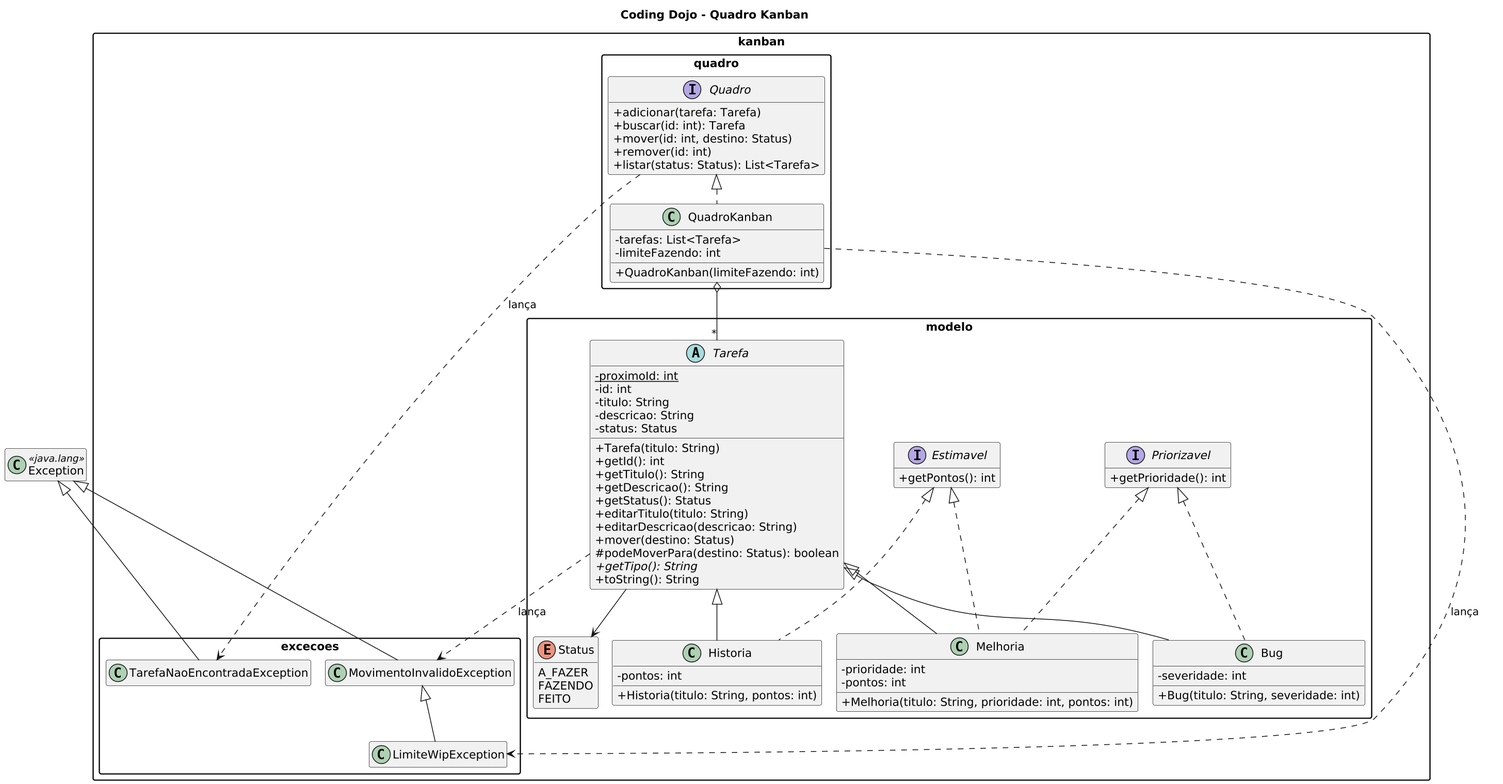
The PlantUML diagram data/dojo-kanban/diagrama.png in Lucas-Inacioo/poo-juiz, before a commit.
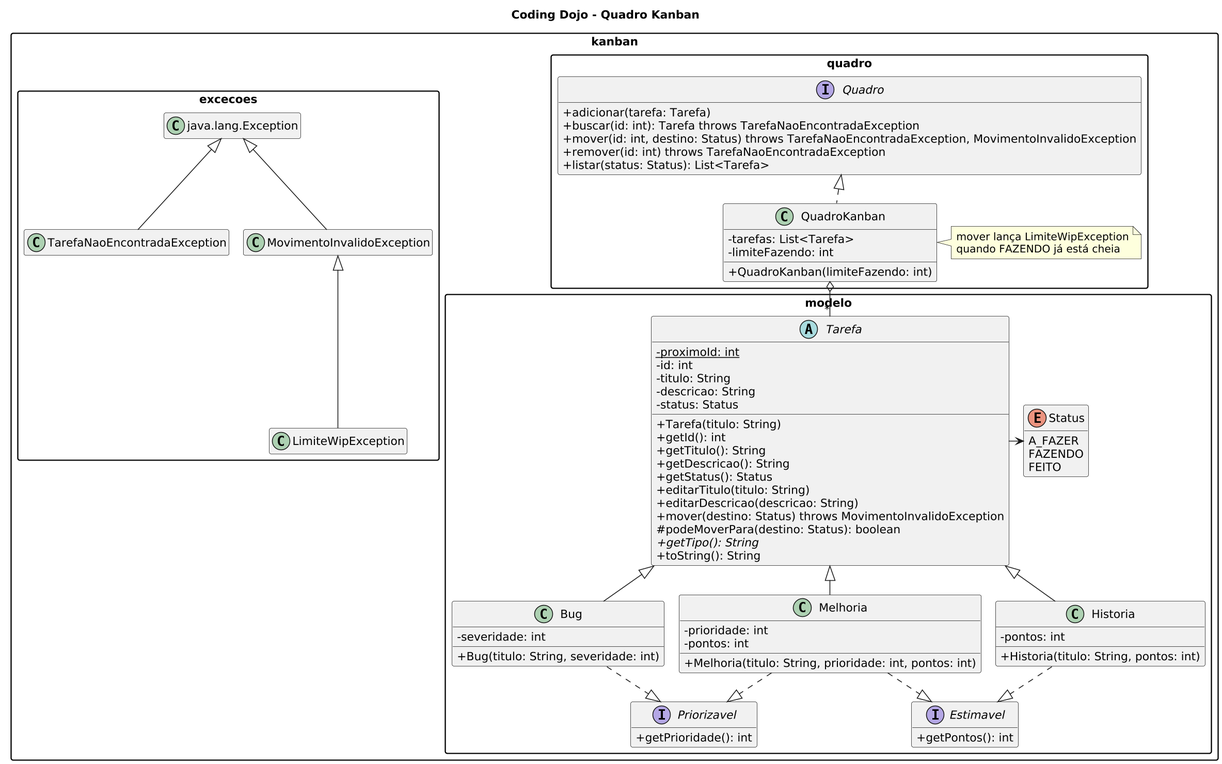
The same file after the commit.

Commit message:
Redraw the dojo class diagram without crossing lines

The exceptions now appear as throws in the method signatures instead of long dashed arrows, and the interfaces sit below the classes that implement them.

The edit, as a diff of the source:
```diff
@@ -4,23 +4,32 @@
 skinparam dpi 150
 skinparam classAttributeIconSize 0
 skinparam packageStyle rectangle
+skinparam nodesep 40
+skinparam ranksep 50
 hide empty members
 
-package kanban.modelo {
-  enum Status {
-    A_FAZER
-    FAZENDO
-    FEITO
+package kanban.quadro {
+  interface Quadro {
+    +adicionar(tarefa: Tarefa)
+    +buscar(id: int): Tarefa throws TarefaNaoEncontradaException
+    +mover(id: int, destino: Status) throws TarefaNaoEncontradaException, MovimentoInvalidoException
+    +remover(id: int) throws TarefaNaoEncontradaException
+    +listar(status: Status): List<Tarefa>
   }
 
-  interface Priorizavel {
-    +getPrioridade(): int
+  class QuadroKanban {
+    -tarefas: List<Tarefa>
+    -limiteFazendo: int
+    +QuadroKanban(limiteFazendo: int)
   }
 
-  interface Estimavel {
-    +getPontos(): int
-  }
+  note right of QuadroKanban
+    mover lança LimiteWipException
+    quando FAZENDO já está cheia
+  end note
+}
 
+package kanban.modelo {
   abstract class Tarefa {
     -{static} proximoId: int
     -id: int
@@ -34,10 +43,16 @@
     +getStatus(): Status
     +editarTitulo(titulo: String)
     +editarDescricao(descricao: String)
-    +mover(destino: Status)
+    +mover(destino: Status) throws MovimentoInvalidoException
     #podeMoverPara(destino: Status): boolean
     +{abstract} getTipo(): String
     +toString(): String
+  }
+
+  enum Status {
+    A_FAZER
+    FAZENDO
+    FEITO
   }
 
   class Bug {
@@ -45,59 +60,46 @@
     +Bug(titulo: String, severidade: int)
   }
 
+  class Melhoria {
+    -prioridade: int
+    -pontos: int
+    +Melhoria(titulo: String, prioridade: int, pontos: int)
+  }
+
   class Historia {
     -pontos: int
     +Historia(titulo: String, pontos: int)
   }
 
-  class Melhoria {
-    -prioridade: int
-    -pontos: int
-    +Melhoria(titulo: String, prioridade: int, pontos: int)
-  }
-}
-
-package kanban.quadro {
-  interface Quadro {
-    +adicionar(tarefa: Tarefa)
-    +buscar(id: int): Tarefa
-    +mover(id: int, destino: Status)
-    +remover(id: int)
-    +listar(status: Status): List<Tarefa>
+  interface Priorizavel {
+    +getPrioridade(): int
   }
 
-  class QuadroKanban {
-    -tarefas: List<Tarefa>
-    -limiteFazendo: int
-    +QuadroKanban(limiteFazendo: int)
+  interface Estimavel {
+    +getPontos(): int
   }
 }
 
 package kanban.excecoes {
+  class "java.lang.Exception" as Exception
   class TarefaNaoEncontradaException
   class MovimentoInvalidoException
   class LimiteWipException
 }
 
-class Exception <<java.lang>>
-
-Tarefa <|-- Bug
-Tarefa <|-- Historia
-Tarefa <|-- Melhoria
-Priorizavel <|.. Bug
-Priorizavel <|.. Melhoria
-Estimavel <|.. Historia
-Estimavel <|.. Melhoria
-Tarefa --> Status
-
 Quadro <|.. QuadroKanban
 QuadroKanban o-- "*" Tarefa
+
+Tarefa -right-> Status
+Tarefa <|-- Bug
+Tarefa <|-- Melhoria
+Tarefa <|-- Historia
+Bug ..|> Priorizavel
+Melhoria ..|> Priorizavel
+Melhoria ..|> Estimavel
+Historia ..|> Estimavel
 
 Exception <|-- TarefaNaoEncontradaException
 Exception <|-- MovimentoInvalidoException
 MovimentoInvalidoException <|-- LimiteWipException
-
-Tarefa ..> MovimentoInvalidoException : lança
-Quadro ..> TarefaNaoEncontradaException : lança
-QuadroKanban ..> LimiteWipException : lança
 @enduml
```
